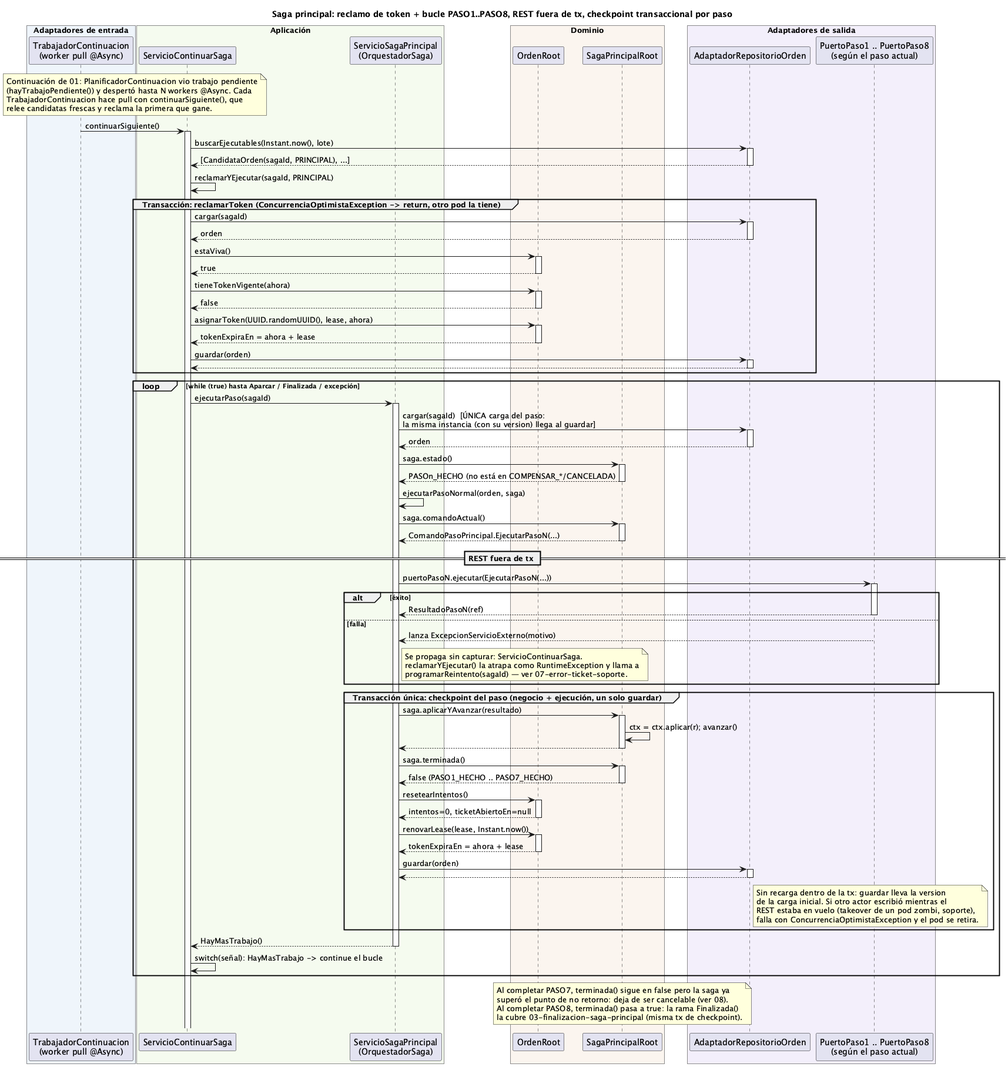
Earlier version of the PlantUML export order-manager/docs/02-pasos-saga-principal.png (ralcazar/patrones).
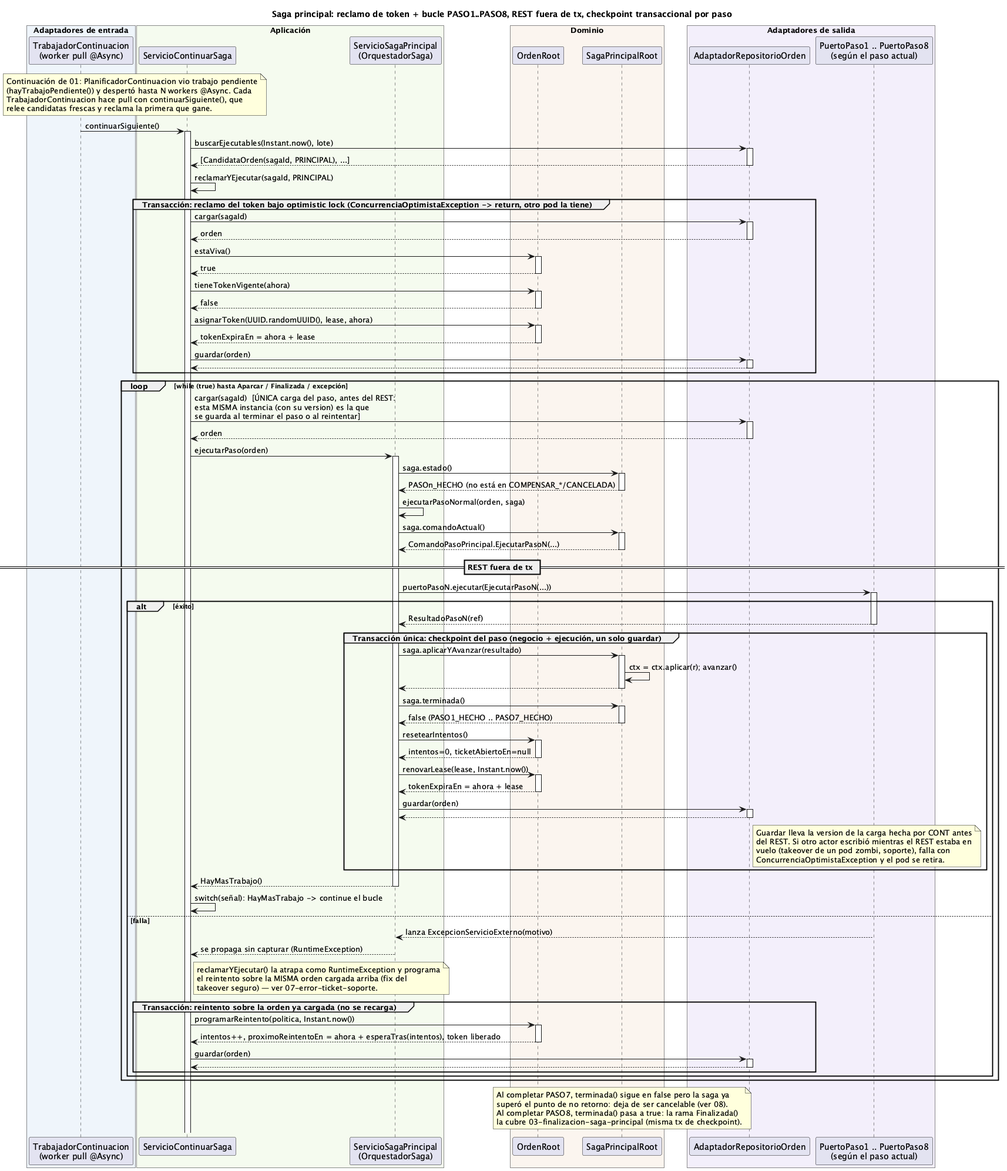
Later version of the same file.

Change to the diagram source:
```diff
@@ -29,7 +29,7 @@
 return [CandidataOrden(sagaId, PRINCIPAL), ...]
 CONT -> CONT : reclamarYEjecutar(sagaId, PRINCIPAL)
 
-group Transacción: reclamarToken (ConcurrenciaOptimistaException -> return, otro pod la tiene)
+group Transacción: reclamo del token bajo optimistic lock (ConcurrenciaOptimistaException -> return, otro pod la tiene)
   CONT -> REPO ++ : cargar(sagaId)
   return orden
   CONT -> ORDEN ++ : estaViva()
@@ -43,10 +43,10 @@
 end
 
 loop while (true) hasta Aparcar / Finalizada / excepción
-  CONT -> ORQ ++ : ejecutarPaso(sagaId)
+  CONT -> REPO ++ : cargar(sagaId)  [ÚNICA carga del paso, antes del REST:\nesta MISMA instancia (con su version) es la que\nse guarda al terminar el paso o al reintentar]
+  return orden
 
-  ORQ -> REPO ++ : cargar(sagaId)  [ÚNICA carga del paso:\nla misma instancia (con su version) llega al guardar]
-  return orden
+  CONT -> ORQ ++ : ejecutarPaso(orden)
   ORQ -> SAGA ++ : saga.estado()
   return PASOn_HECHO (no está en COMPENSAR_*/CANCELADA)
   ORQ -> ORQ : ejecutarPasoNormal(orden, saga)
@@ -57,36 +57,44 @@
   ORQ -> PASOS ++ : puertoPasoN.ejecutar(EjecutarPasoN(...))
   alt éxito
     return ResultadoPasoN(ref)
+    group Transacción única: checkpoint del paso (negocio + ejecución, un solo guardar)
+      ORQ -> SAGA ++ : saga.aplicarYAvanzar(resultado)
+      SAGA -> SAGA : ctx = ctx.aplicar(r); avanzar()
+      return
+      ORQ -> SAGA ++ : saga.terminada()
+      return false (PASO1_HECHO .. PASO7_HECHO)
+      ORQ -> ORDEN ++ : resetearIntentos()
+      return intentos=0, ticketAbiertoEn=null
+      ORQ -> ORDEN ++ : renovarLease(lease, Instant.now())
+      return tokenExpiraEn = ahora + lease
+      ORQ -> REPO ++ : guardar(orden)
+      return
+      note right of REPO
+        Guardar lleva la version de la carga hecha por CONT antes
+        del REST. Si otro actor escribió mientras el REST estaba en
+        vuelo (takeover de un pod zombi, soporte), falla con
+        ConcurrenciaOptimistaException y el pod se retira.
+      end note
+    end
+    return HayMasTrabajo()
+    CONT -> CONT : switch(señal): HayMasTrabajo -> continue el bucle
   else falla
     PASOS --> ORQ : lanza ExcepcionServicioExterno(motivo)
-    note right of ORQ
-      Se propaga sin capturar: ServicioContinuarSaga.
-      reclamarYEjecutar() la atrapa como RuntimeException y llama a
-      programarReintento(sagaId) — ver 07-error-ticket-soporte.
+    deactivate PASOS
+    ORQ --> CONT : se propaga sin capturar (RuntimeException)
+    deactivate ORQ
+    note right of CONT
+      reclamarYEjecutar() la atrapa como RuntimeException y programa
+      el reintento sobre la MISMA orden cargada arriba (fix del
+      takeover seguro) — ver 07-error-ticket-soporte.
     end note
+    group Transacción: reintento sobre la orden ya cargada (no se recarga)
+      CONT -> ORDEN ++ : programarReintento(politica, Instant.now())
+      return intentos++, proximoReintentoEn = ahora + esperaTras(intentos), token liberado
+      CONT -> REPO ++ : guardar(orden)
+      return
+    end
   end
-
-  group Transacción única: checkpoint del paso (negocio + ejecución, un solo guardar)
-    ORQ -> SAGA ++ : saga.aplicarYAvanzar(resultado)
-    SAGA -> SAGA : ctx = ctx.aplicar(r); avanzar()
-    return
-    ORQ -> SAGA ++ : saga.terminada()
-    return false (PASO1_HECHO .. PASO7_HECHO)
-    ORQ -> ORDEN ++ : resetearIntentos()
-    return intentos=0, ticketAbiertoEn=null
-    ORQ -> ORDEN ++ : renovarLease(lease, Instant.now())
-    return tokenExpiraEn = ahora + lease
-    ORQ -> REPO ++ : guardar(orden)
-    return
-    note right of REPO
-      Sin recarga dentro de la tx: guardar lleva la version
-      de la carga inicial. Si otro actor escribió mientras el
-      REST estaba en vuelo (takeover de un pod zombi, soporte),
-      falla con ConcurrenciaOptimistaException y el pod se retira.
-    end note
-  end
-  return HayMasTrabajo()
-  CONT -> CONT : switch(señal): HayMasTrabajo -> continue el bucle
 end
 
 note over SAGA
```
